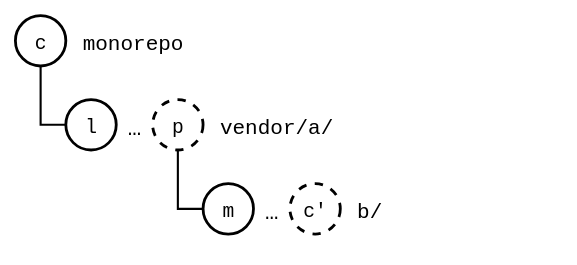
Above: docs/09-scenarios/05-nested-splices/01-nested-splices/elsewhere-pushed-above.drawio.svg in roschaefer/git-splice (draw.io), before the change. Source tidied: cells renumbered, new cells last; positions are measured from the earlier drawing's top-left corner, leaving out a move shared by most shapes. Source of this version:
```xml
<mxGraphModel background="#ffffff">
  <root>
    <mxCell id="0" />
    <mxCell id="1" parent="0" />
    <mxCell id="2" value="c" style="ellipse;strokeWidth=2;fontSize=14;fontFamily=Roboto Mono,monospace;" parent="1" vertex="1">
      <mxGeometry width="36" height="36" as="geometry" />
    </mxCell>
    <mxCell id="3" value="monorepo" style="text;align=left;verticalAlign=middle;fontSize=15;fontFamily=Roboto Mono,monospace;tree=1;" parent="1" vertex="1">
      <mxGeometry x="46" width="192" height="36" as="geometry" />
    </mxCell>
    <mxCell id="4" value="l" style="ellipse;strokeWidth=2;fontSize=14;fontFamily=Roboto Mono,monospace;" parent="1" vertex="1">
      <mxGeometry x="36" y="60" width="36" height="36" as="geometry" />
    </mxCell>
    <mxCell id="5" value="…" style="text;align=center;verticalAlign=middle;fontSize=16;fontFamily=Roboto Mono,monospace;" parent="1" vertex="1">
      <mxGeometry x="74" y="60" width="22" height="36" as="geometry" />
    </mxCell>
    <mxCell id="6" value="p" style="ellipse;strokeWidth=2;fontSize=14;fontFamily=Roboto Mono,monospace;dashed=1;" parent="1" vertex="1">
      <mxGeometry x="98" y="60" width="36" height="36" as="geometry" />
    </mxCell>
    <mxCell id="7" value="vendor/a/" style="text;align=left;verticalAlign=middle;fontSize=15;fontFamily=Roboto Mono,monospace;" parent="1" vertex="1">
      <mxGeometry x="144" y="60" width="201" height="36" as="geometry" />
    </mxCell>
    <mxCell id="8" value="m" style="ellipse;strokeWidth=2;fontSize=14;fontFamily=Roboto Mono,monospace;" parent="1" vertex="1">
      <mxGeometry x="134" y="120" width="36" height="36" as="geometry" />
    </mxCell>
    <mxCell id="9" value="…" style="text;align=center;verticalAlign=middle;fontSize=16;fontFamily=Roboto Mono,monospace;" parent="1" vertex="1">
      <mxGeometry x="172" y="120" width="22" height="36" as="geometry" />
    </mxCell>
    <mxCell id="10" value="c'" style="ellipse;strokeWidth=2;fontSize=14;fontFamily=Roboto Mono,monospace;dashed=1;" parent="1" vertex="1">
      <mxGeometry x="196" y="120" width="36" height="36" as="geometry" />
    </mxCell>
    <mxCell id="11" value="b/" style="text;align=left;verticalAlign=middle;fontSize=15;fontFamily=Roboto Mono,monospace;" parent="1" vertex="1">
      <mxGeometry x="242" y="120" width="138" height="36" as="geometry" />
    </mxCell>
    <mxCell id="12" style="endArrow=none;strokeWidth=1.5;edgeStyle=orthogonalEdgeStyle;rounded=0;exitX=0.5;exitY=1;exitDx=0;exitDy=0;entryX=0;entryY=0.5;entryDx=0;entryDy=0;" parent="1" edge="1" source="2" target="4">
      <mxGeometry relative="1" as="geometry" />
    </mxCell>
    <mxCell id="13" style="endArrow=none;strokeWidth=1.5;edgeStyle=orthogonalEdgeStyle;rounded=0;exitX=0.5;exitY=1;exitDx=0;exitDy=0;entryX=0;entryY=0.5;entryDx=0;entryDy=0;" parent="1" edge="1" source="6" target="8">
      <mxGeometry relative="1" as="geometry" />
    </mxCell>
  </root>
</mxGraphModel>
```
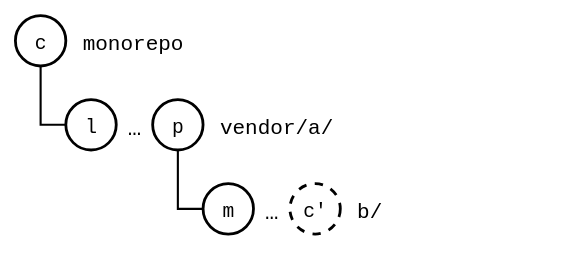
After the change.

The edit, as a diff of the source:
```diff
@@ -14,7 +14,7 @@
     <mxCell id="5" value="…" style="text;align=center;verticalAlign=middle;fontSize=16;fontFamily=Roboto Mono,monospace;" parent="1" vertex="1">
       <mxGeometry x="74" y="60" width="22" height="36" as="geometry" />
     </mxCell>
-    <mxCell id="6" value="p" style="ellipse;strokeWidth=2;fontSize=14;fontFamily=Roboto Mono,monospace;dashed=1;" parent="1" vertex="1">
+    <mxCell id="6" value="p" style="ellipse;strokeWidth=2;fontSize=14;fontFamily=Roboto Mono,monospace;" parent="1" vertex="1">
       <mxGeometry x="98" y="60" width="36" height="36" as="geometry" />
     </mxCell>
     <mxCell id="7" value="vendor/a/" style="text;align=left;verticalAlign=middle;fontSize=15;fontFamily=Roboto Mono,monospace;" parent="1" vertex="1">
```
